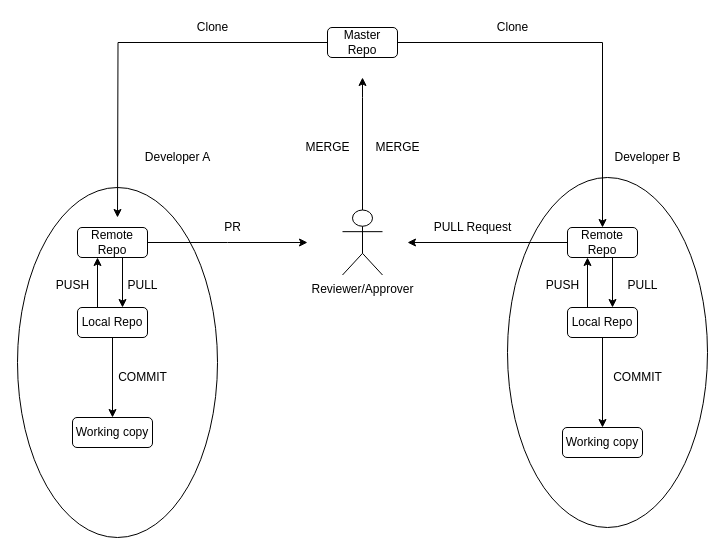
Before: GIT Implementation.drawio in bhaskarvarma/diagrams, a draw.io diagram. Source tidied: cells renumbered, new cells numbered last; positions are measured from the earlier drawing's top-left corner, leaving out a move shared by most shapes. Both pictures are drawn from the tidied source at 100%, with x=0, y=0 at pixel (17, 17).
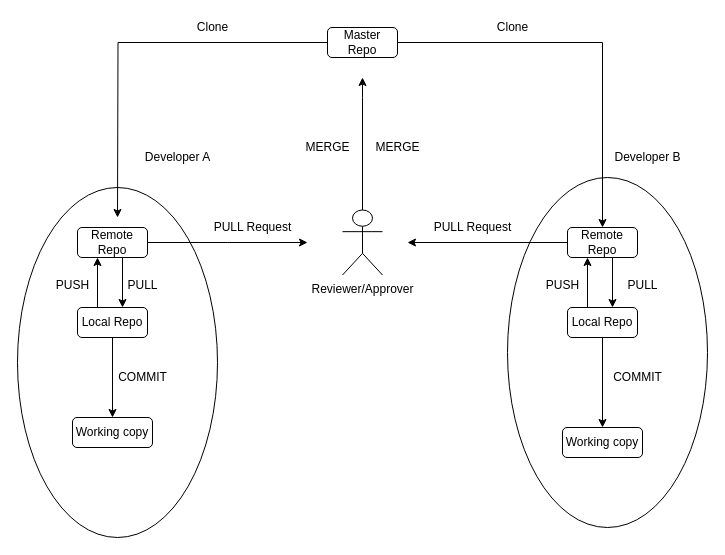
After the change.

Change to the diagram source:
```diff
@@
-    <mxCell id="18" value="PR" style="text;html=1;align=center;verticalAlign=middle;strokeColor=none;" parent="1" vertex="1">
-      <mxGeometry x="200" y="200" width="30" height="20" as="geometry" />
-    </mxCell>
@@
+    <mxCell id="37" value="PULL Request" style="text;html=1;align=center;verticalAlign=middle;strokeColor=none;" parent="1" vertex="1">
+      <mxGeometry x="190" y="200" width="90" height="20" as="geometry" />
+    </mxCell>
```
